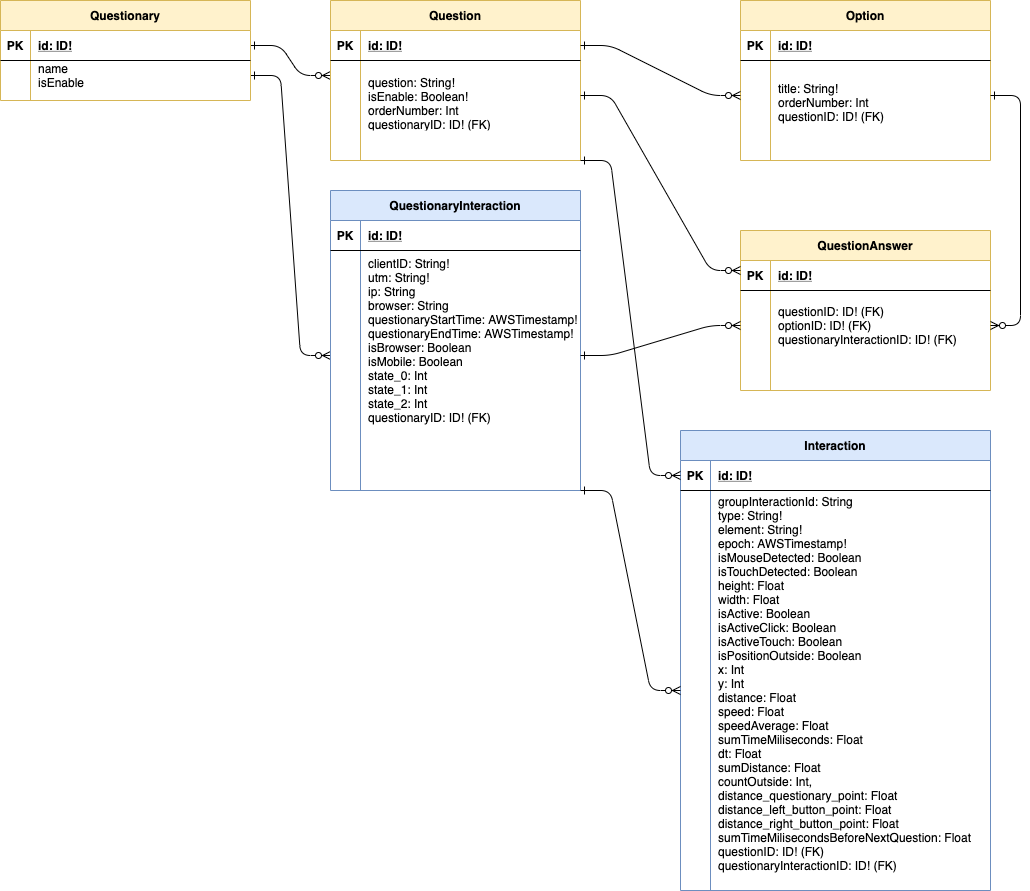
This is 09_DOCUMENTATION/_images/ER_Model.png from robin8a/su-amazing-leads-inception, a draw.io export, as it was before one commit. Source tidied: cells renumbered, new cells last; positions are measured from the earlier drawing's top-left corner, leaving out a move shared by most shapes. Source of this version:
```xml
<mxGraphModel>
  <root>
    <mxCell id="0" />
    <mxCell id="1" parent="0" />
    <mxCell id="2" style="edgeStyle=entityRelationEdgeStyle;endArrow=ERzeroToMany;startArrow=ERone;endFill=1;startFill=0;" parent="1" edge="1" source="19">
      <mxGeometry relative="1" as="geometry">
        <mxPoint x="330" y="75" as="targetPoint" />
      </mxGeometry>
    </mxCell>
    <mxCell id="3" style="edgeStyle=entityRelationEdgeStyle;endArrow=ERzeroToMany;startArrow=ERone;endFill=1;startFill=0;entryX=0;entryY=0.5;entryDx=0;entryDy=0;exitX=1;exitY=0.5;exitDx=0;exitDy=0;" parent="1" edge="1" source="22" target="15">
      <mxGeometry relative="1" as="geometry" />
    </mxCell>
    <mxCell id="4" value="Question" style="shape=table;startSize=30;rowLines=0;fontStyle=1;align=center;fillColor=#fff2cc;strokeColor=#d6b656;" parent="1" vertex="1">
      <mxGeometry x="330" width="250" height="160" as="geometry" />
    </mxCell>
    <mxCell id="5" style="shape=partialRectangle;fillColor=none;points=[[0,0.5],[1,0.5]];portConstraint=eastwest;top=0;left=0;right=0;bottom=1;" parent="4" vertex="1">
      <mxGeometry y="30" width="250" height="30" as="geometry" />
    </mxCell>
    <mxCell id="6" value="PK" style="shape=partialRectangle;overflow=hidden;fillColor=none;top=0;left=0;bottom=0;right=0;fontStyle=1;" parent="5" vertex="1">
      <mxGeometry width="30" height="30" as="geometry" />
    </mxCell>
    <mxCell id="7" value="id: ID!" style="shape=partialRectangle;overflow=hidden;fillColor=none;top=0;left=0;bottom=0;right=0;align=left;spacingLeft=6;fontStyle=5;" parent="5" vertex="1">
      <mxGeometry x="30" width="220" height="30" as="geometry" />
    </mxCell>
    <mxCell id="8" style="shape=partialRectangle;fillColor=none;points=[[0,0.5],[1,0.5]];portConstraint=eastwest;top=0;left=0;right=0;bottom=0;" parent="4" vertex="1">
      <mxGeometry y="60" width="250" height="70" as="geometry" />
    </mxCell>
    <mxCell id="9" style="shape=partialRectangle;overflow=hidden;fillColor=none;top=0;left=0;bottom=0;right=0;" parent="8" vertex="1">
      <mxGeometry width="30" height="70" as="geometry" />
    </mxCell>
    <mxCell id="10" value="&#10;question: String!&#10;isEnable: Boolean!&#10;orderNumber: Int&#10;questionaryID: ID! (FK)&#10;" style="shape=partialRectangle;overflow=hidden;fillColor=none;top=0;left=0;bottom=0;right=0;align=left;spacingLeft=6;" parent="8" vertex="1">
      <mxGeometry x="30" width="220" height="70" as="geometry" />
    </mxCell>
    <mxCell id="11" value="QuestionaryInteraction" style="shape=table;startSize=30;rowLines=0;fontStyle=1;align=center;fillColor=#dae8fc;strokeColor=#6c8ebf;" parent="1" vertex="1">
      <mxGeometry x="330" y="190" width="250" height="300" as="geometry" />
    </mxCell>
    <mxCell id="12" style="shape=partialRectangle;fillColor=none;top=0;left=0;right=0;bottom=1;" parent="11" vertex="1">
      <mxGeometry y="30" width="250" height="30" as="geometry" />
    </mxCell>
    <mxCell id="13" value="PK" style="shape=partialRectangle;overflow=hidden;fillColor=none;top=0;left=0;bottom=0;right=0;fontStyle=1;" parent="12" vertex="1">
      <mxGeometry width="30" height="30" as="geometry" />
    </mxCell>
    <mxCell id="14" value="id: ID!" style="shape=partialRectangle;overflow=hidden;fillColor=none;top=0;left=0;bottom=0;right=0;align=left;spacingLeft=6;fontStyle=5;" parent="12" vertex="1">
      <mxGeometry x="30" width="220" height="30" as="geometry" />
    </mxCell>
    <mxCell id="15" style="shape=partialRectangle;fillColor=none;points=[[0,0.5],[1,0.5]];portConstraint=eastwest;top=0;left=0;right=0;bottom=0;" parent="11" vertex="1">
      <mxGeometry y="60" width="250" height="210" as="geometry" />
    </mxCell>
    <mxCell id="16" style="shape=partialRectangle;overflow=hidden;fillColor=none;top=0;left=0;bottom=0;right=0;" parent="15" vertex="1">
      <mxGeometry width="30" height="210" as="geometry" />
    </mxCell>
    <mxCell id="17" value="clientID: String!&#10;utm: String!&#10;ip: String&#10;browser: String&#10;questionaryStartTime: AWSTimestamp!&#10;questionaryEndTime: AWSTimestamp!&#10;isBrowser: Boolean&#10;isMobile: Boolean&#10;state_0:&#9;Int&#10;state_1: Int&#9;&#10;state_2: Int&#10;questionaryID: ID! (FK)&#10;" style="shape=partialRectangle;overflow=hidden;fillColor=none;top=0;left=0;bottom=0;right=0;align=left;spacingLeft=6;verticalAlign=top;" parent="15" vertex="1">
      <mxGeometry x="30" width="220" height="210" as="geometry" />
    </mxCell>
    <mxCell id="18" value="Questionary" style="shape=table;startSize=30;rowLines=0;fontStyle=1;align=center;fillColor=#fff2cc;strokeColor=#d6b656;" parent="1" vertex="1">
      <mxGeometry width="250" height="100" as="geometry" />
    </mxCell>
    <mxCell id="19" style="shape=partialRectangle;fillColor=none;points=[[0,0.5],[1,0.5]];portConstraint=eastwest;top=0;left=0;right=0;bottom=1;" parent="18" vertex="1">
      <mxGeometry y="30" width="250" height="30" as="geometry" />
    </mxCell>
    <mxCell id="20" value="PK" style="shape=partialRectangle;overflow=hidden;fillColor=none;top=0;left=0;bottom=0;right=0;fontStyle=1;" parent="19" vertex="1">
      <mxGeometry width="30" height="30" as="geometry" />
    </mxCell>
    <mxCell id="21" value="id: ID!" style="shape=partialRectangle;overflow=hidden;fillColor=none;top=0;left=0;bottom=0;right=0;align=left;spacingLeft=6;fontStyle=5;" parent="19" vertex="1">
      <mxGeometry x="30" width="220" height="30" as="geometry" />
    </mxCell>
    <mxCell id="22" style="shape=partialRectangle;fillColor=none;points=[[0,0.5],[1,0.5]];portConstraint=eastwest;top=0;left=0;right=0;bottom=0;" parent="18" vertex="1">
      <mxGeometry y="60" width="250" height="30" as="geometry" />
    </mxCell>
    <mxCell id="23" style="shape=partialRectangle;overflow=hidden;fillColor=none;top=0;left=0;bottom=0;right=0;" parent="22" vertex="1">
      <mxGeometry width="30" height="30" as="geometry" />
    </mxCell>
    <mxCell id="24" value="name&#10;isEnable&#10;&#10;" style="shape=partialRectangle;overflow=hidden;fillColor=none;top=0;left=0;bottom=0;right=0;align=left;spacingLeft=6;" parent="22" vertex="1">
      <mxGeometry x="30" width="220" height="30" as="geometry" />
    </mxCell>
    <mxCell id="25" value="Option" style="shape=table;startSize=30;rowLines=0;fontStyle=1;align=center;fillColor=#fff2cc;strokeColor=#d6b656;" parent="1" vertex="1">
      <mxGeometry x="740" width="250" height="160" as="geometry" />
    </mxCell>
    <mxCell id="26" style="shape=partialRectangle;fillColor=none;top=0;left=0;right=0;bottom=1;" parent="25" vertex="1">
      <mxGeometry y="30" width="250" height="30" as="geometry" />
    </mxCell>
    <mxCell id="27" value="PK" style="shape=partialRectangle;overflow=hidden;fillColor=none;top=0;left=0;bottom=0;right=0;fontStyle=1;" parent="26" vertex="1">
      <mxGeometry width="30" height="30" as="geometry" />
    </mxCell>
    <mxCell id="28" value="id: ID!" style="shape=partialRectangle;overflow=hidden;fillColor=none;top=0;left=0;bottom=0;right=0;align=left;spacingLeft=6;fontStyle=5;" parent="26" vertex="1">
      <mxGeometry x="30" width="220" height="30" as="geometry" />
    </mxCell>
    <mxCell id="29" style="shape=partialRectangle;fillColor=none;points=[[0,0.5],[1,0.5]];portConstraint=eastwest;top=0;left=0;right=0;bottom=0;" parent="25" vertex="1">
      <mxGeometry y="60" width="250" height="70" as="geometry" />
    </mxCell>
    <mxCell id="30" style="shape=partialRectangle;overflow=hidden;fillColor=none;top=0;left=0;bottom=0;right=0;" parent="29" vertex="1">
      <mxGeometry width="30" height="70" as="geometry" />
    </mxCell>
    <mxCell id="31" value="&#10;title: String!&#10;orderNumber: Int&#10;questionID: ID! (FK)" style="shape=partialRectangle;overflow=hidden;fillColor=none;top=0;left=0;bottom=0;right=0;align=left;spacingLeft=6;" parent="29" vertex="1">
      <mxGeometry x="30" width="220" height="70" as="geometry" />
    </mxCell>
    <mxCell id="32" style="edgeStyle=entityRelationEdgeStyle;endArrow=ERzeroToMany;startArrow=ERone;endFill=1;startFill=0;entryX=0;entryY=0.5;entryDx=0;entryDy=0;exitX=1;exitY=0.5;exitDx=0;exitDy=0;" parent="1" edge="1" source="5" target="29">
      <mxGeometry relative="1" as="geometry" />
    </mxCell>
    <mxCell id="33" value="QuestionAnswer" style="shape=table;startSize=30;rowLines=0;fontStyle=1;align=center;fillColor=#fff2cc;strokeColor=#d6b656;" parent="1" vertex="1">
      <mxGeometry x="740" y="230" width="250" height="160" as="geometry" />
    </mxCell>
    <mxCell id="34" style="shape=partialRectangle;fillColor=none;top=0;left=0;right=0;bottom=1;" parent="33" vertex="1">
      <mxGeometry y="30" width="250" height="30" as="geometry" />
    </mxCell>
    <mxCell id="35" value="PK" style="shape=partialRectangle;overflow=hidden;fillColor=none;top=0;left=0;bottom=0;right=0;fontStyle=1;" parent="34" vertex="1">
      <mxGeometry width="30" height="30" as="geometry" />
    </mxCell>
    <mxCell id="36" value="id: ID!" style="shape=partialRectangle;overflow=hidden;fillColor=none;top=0;left=0;bottom=0;right=0;align=left;spacingLeft=6;fontStyle=5;" parent="34" vertex="1">
      <mxGeometry x="30" width="220" height="30" as="geometry" />
    </mxCell>
    <mxCell id="37" style="shape=partialRectangle;fillColor=none;points=[[0,0.5],[1,0.5]];portConstraint=eastwest;top=0;left=0;right=0;bottom=0;" parent="33" vertex="1">
      <mxGeometry y="60" width="250" height="70" as="geometry" />
    </mxCell>
    <mxCell id="38" style="shape=partialRectangle;overflow=hidden;fillColor=none;top=0;left=0;bottom=0;right=0;" parent="37" vertex="1">
      <mxGeometry width="30" height="70" as="geometry" />
    </mxCell>
    <mxCell id="39" value="questionID: ID! (FK)&#10;optionID: ID! (FK)&#10;questionaryInteractionID: ID! (FK)" style="shape=partialRectangle;overflow=hidden;fillColor=none;top=0;left=0;bottom=0;right=0;align=left;spacingLeft=6;" parent="37" vertex="1">
      <mxGeometry x="30" width="220" height="70" as="geometry" />
    </mxCell>
    <mxCell id="40" style="edgeStyle=entityRelationEdgeStyle;endArrow=ERzeroToMany;startArrow=ERone;endFill=1;startFill=0;entryX=0;entryY=0.25;entryDx=0;entryDy=0;exitX=1;exitY=0.5;exitDx=0;exitDy=0;" parent="1" edge="1" source="8" target="33">
      <mxGeometry relative="1" as="geometry" />
    </mxCell>
    <mxCell id="41" style="edgeStyle=entityRelationEdgeStyle;endArrow=ERzeroToMany;startArrow=ERone;endFill=1;startFill=0;entryX=0;entryY=0.5;entryDx=0;entryDy=0;exitX=1;exitY=0.5;exitDx=0;exitDy=0;" parent="1" edge="1" source="15" target="37">
      <mxGeometry relative="1" as="geometry" />
    </mxCell>
    <mxCell id="42" style="edgeStyle=entityRelationEdgeStyle;endArrow=ERzeroToMany;startArrow=ERone;endFill=1;startFill=0;entryX=1;entryY=0.5;entryDx=0;entryDy=0;exitX=1;exitY=0.5;exitDx=0;exitDy=0;" parent="1" edge="1" source="29" target="37">
      <mxGeometry relative="1" as="geometry" />
    </mxCell>
    <mxCell id="43" value="Interaction" style="shape=table;startSize=30;rowLines=0;fontStyle=1;align=center;fillColor=#dae8fc;strokeColor=#6c8ebf;" parent="1" vertex="1">
      <mxGeometry x="680" y="430" width="310" height="460" as="geometry" />
    </mxCell>
    <mxCell id="44" style="shape=partialRectangle;fillColor=none;points=[[0,0.5],[1,0.5]];portConstraint=eastwest;top=0;left=0;right=0;bottom=1;" parent="43" vertex="1">
      <mxGeometry y="30" width="310" height="30" as="geometry" />
    </mxCell>
    <mxCell id="45" value="PK" style="shape=partialRectangle;overflow=hidden;fillColor=none;top=0;left=0;bottom=0;right=0;fontStyle=1;" parent="44" vertex="1">
      <mxGeometry width="30" height="30" as="geometry" />
    </mxCell>
    <mxCell id="46" value="id: ID!" style="shape=partialRectangle;overflow=hidden;fillColor=none;top=0;left=0;bottom=0;right=0;align=left;spacingLeft=6;fontStyle=5;" parent="44" vertex="1">
      <mxGeometry x="30" width="280" height="30" as="geometry" />
    </mxCell>
    <mxCell id="47" style="shape=partialRectangle;fillColor=none;points=[[0,0.5],[1,0.5]];portConstraint=eastwest;top=0;left=0;right=0;bottom=0;" parent="43" vertex="1">
      <mxGeometry y="60" width="310" height="400" as="geometry" />
    </mxCell>
    <mxCell id="48" style="shape=partialRectangle;overflow=hidden;fillColor=none;top=0;left=0;bottom=0;right=0;" parent="47" vertex="1">
      <mxGeometry width="30" height="400" as="geometry" />
    </mxCell>
    <mxCell id="49" value="groupInteractionId: String&#10;type: String!&#10;element: String!&#10;epoch: AWSTimestamp!&#10;isMouseDetected: Boolean&#10;isTouchDetected: Boolean&#10;height: Float&#10;width: Float&#10;isActive: Boolean&#10;isActiveClick: Boolean&#10;isActiveTouch: Boolean&#10;isPositionOutside: Boolean&#10;x: Int&#10;y: Int&#10;distance: Float&#10;speed: Float&#10;speedAverage: Float&#10;sumTimeMiliseconds: Float&#10;dt: Float&#10;sumDistance: Float&#10;countOutside: Int,&#10;distance_questionary_point: Float&#10;distance_left_button_point: Float&#10;distance_right_button_point: Float&#10;sumTimeMilisecondsBeforeNextQuestion: Float&#10;questionID: ID! (FK)&#10;questionaryInteractionID: ID! (FK)&#10;" style="shape=partialRectangle;overflow=hidden;fillColor=none;top=0;left=0;bottom=0;right=0;align=left;spacingLeft=6;" parent="47" vertex="1">
      <mxGeometry x="30" width="280" height="400" as="geometry" />
    </mxCell>
    <mxCell id="50" style="edgeStyle=entityRelationEdgeStyle;endArrow=ERzeroToMany;startArrow=ERone;endFill=1;startFill=0;entryX=0;entryY=0.5;entryDx=0;entryDy=0;exitX=1;exitY=1;exitDx=0;exitDy=0;" parent="1" edge="1" source="11" target="47">
      <mxGeometry relative="1" as="geometry" />
    </mxCell>
    <mxCell id="51" style="edgeStyle=entityRelationEdgeStyle;endArrow=ERzeroToMany;startArrow=ERone;endFill=1;startFill=0;entryX=0;entryY=0.5;entryDx=0;entryDy=0;exitX=1;exitY=1;exitDx=0;exitDy=0;" parent="1" edge="1" source="4" target="44">
      <mxGeometry relative="1" as="geometry" />
    </mxCell>
  </root>
</mxGraphModel>
```
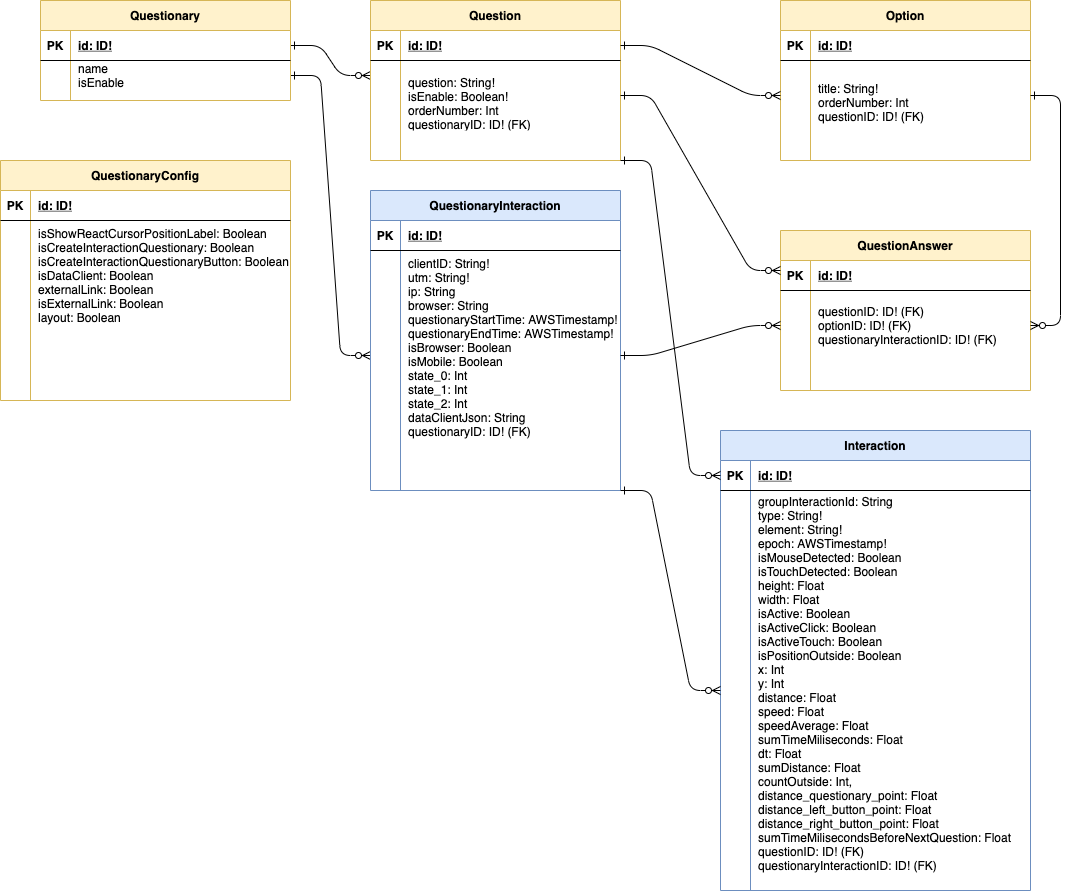
Later version of the same file.

Change to the diagram source:
```diff
@@ -49,7 +49,7 @@
     <mxCell id="16" style="shape=partialRectangle;overflow=hidden;fillColor=none;top=0;left=0;bottom=0;right=0;" parent="15" vertex="1">
       <mxGeometry width="30" height="210" as="geometry" />
     </mxCell>
-    <mxCell id="17" value="clientID: String!&#10;utm: String!&#10;ip: String&#10;browser: String&#10;questionaryStartTime: AWSTimestamp!&#10;questionaryEndTime: AWSTimestamp!&#10;isBrowser: Boolean&#10;isMobile: Boolean&#10;state_0:&#9;Int&#10;state_1: Int&#9;&#10;state_2: Int&#10;questionaryID: ID! (FK)&#10;" style="shape=partialRectangle;overflow=hidden;fillColor=none;top=0;left=0;bottom=0;right=0;align=left;spacingLeft=6;verticalAlign=top;" parent="15" vertex="1">
+    <mxCell id="17" value="clientID: String!&#10;utm: String!&#10;ip: String&#10;browser: String&#10;questionaryStartTime: AWSTimestamp!&#10;questionaryEndTime: AWSTimestamp!&#10;isBrowser: Boolean&#10;isMobile: Boolean&#10;state_0:&#9;Int&#10;state_1: Int&#9;&#10;state_2: Int&#10;dataClientJson: String&#10;questionaryID: ID! (FK)&#10;" style="shape=partialRectangle;overflow=hidden;fillColor=none;top=0;left=0;bottom=0;right=0;align=left;spacingLeft=6;verticalAlign=top;" parent="15" vertex="1">
       <mxGeometry x="30" width="220" height="210" as="geometry" />
     </mxCell>
     <mxCell id="18" value="Questionary" style="shape=table;startSize=30;rowLines=0;fontStyle=1;align=center;fillColor=#fff2cc;strokeColor=#d6b656;" parent="1" vertex="1">
@@ -154,5 +154,26 @@
     <mxCell id="51" style="edgeStyle=entityRelationEdgeStyle;endArrow=ERzeroToMany;startArrow=ERone;endFill=1;startFill=0;entryX=0;entryY=0.5;entryDx=0;entryDy=0;exitX=1;exitY=1;exitDx=0;exitDy=0;" parent="1" edge="1" source="4" target="44">
       <mxGeometry relative="1" as="geometry" />
     </mxCell>
+    <mxCell id="52" value="QuestionaryConfig" style="shape=table;startSize=30;rowLines=0;fontStyle=1;align=center;fillColor=#fff2cc;strokeColor=#d6b656;" parent="1" vertex="1">
+      <mxGeometry x="-40" y="160" width="290" height="240" as="geometry" />
+    </mxCell>
+    <mxCell id="53" style="shape=partialRectangle;fillColor=none;top=0;left=0;right=0;bottom=1;" parent="52" vertex="1">
+      <mxGeometry y="30" width="290" height="30" as="geometry" />
+    </mxCell>
+    <mxCell id="54" value="PK" style="shape=partialRectangle;overflow=hidden;fillColor=none;top=0;left=0;bottom=0;right=0;fontStyle=1;" parent="53" vertex="1">
+      <mxGeometry width="30" height="30" as="geometry" />
+    </mxCell>
+    <mxCell id="55" value="id: ID!" style="shape=partialRectangle;overflow=hidden;fillColor=none;top=0;left=0;bottom=0;right=0;align=left;spacingLeft=6;fontStyle=5;" parent="53" vertex="1">
+      <mxGeometry x="30" width="260" height="30" as="geometry" />
+    </mxCell>
+    <mxCell id="56" style="shape=partialRectangle;fillColor=none;top=0;left=0;right=0;bottom=0;" parent="52" vertex="1">
+      <mxGeometry y="60" width="290" height="180" as="geometry" />
+    </mxCell>
+    <mxCell id="57" style="shape=partialRectangle;overflow=hidden;fillColor=none;top=0;left=0;bottom=0;right=0;" parent="56" vertex="1">
+      <mxGeometry width="30" height="180" as="geometry" />
+    </mxCell>
+    <mxCell id="58" value="isShowReactCursorPositionLabel: Boolean&#10;isCreateInteractionQuestionary: Boolean&#10;isCreateInteractionQuestionaryButton: Boolean&#10;isDataClient: Boolean&#10;externalLink: Boolean&#10;isExternalLink: Boolean&#10;layout: Boolean&#10;&#10;" style="shape=partialRectangle;overflow=hidden;fillColor=none;top=0;left=0;bottom=0;right=0;align=left;spacingLeft=6;verticalAlign=top;" parent="56" vertex="1">
+      <mxGeometry x="30" width="260" height="180" as="geometry" />
+    </mxCell>
   </root>
 </mxGraphModel>
```
